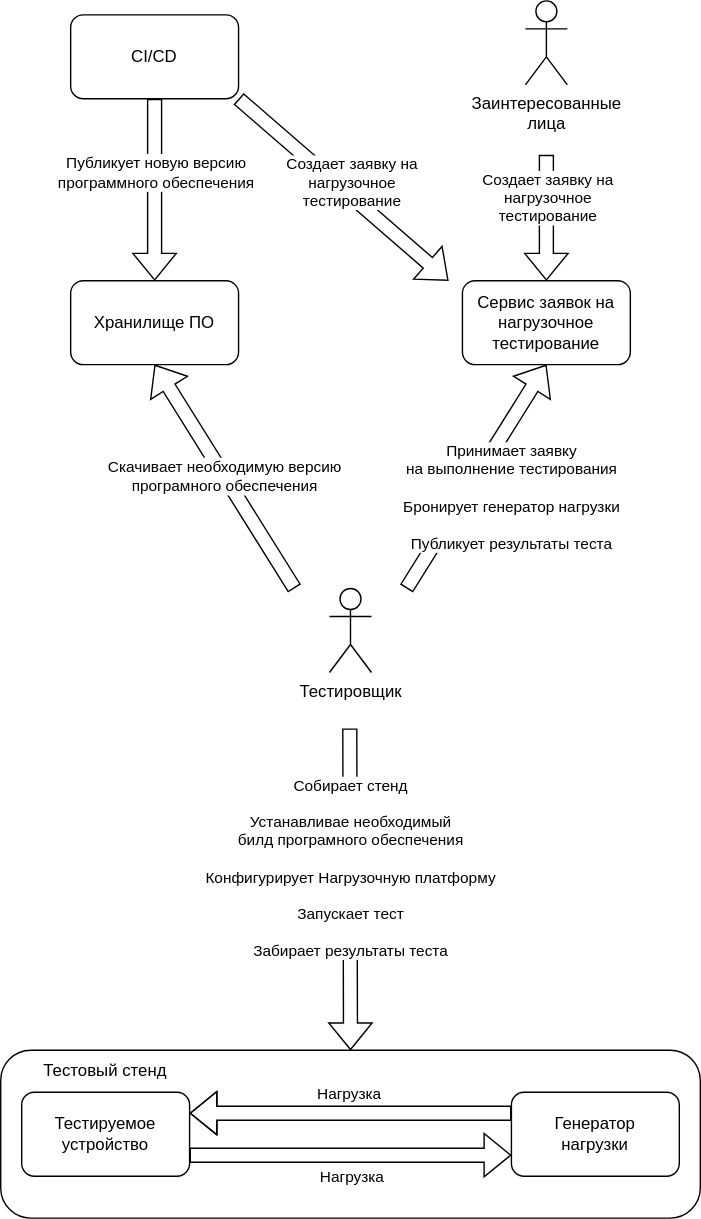
Earlier version of the draw.io export graduate_project/diagrams/business_description.svg (ralex29/otus_software_architect_2022_09). Source tidied: cells renumbered, new cells last; positions are measured from the earlier drawing's top-left corner, leaving out a move shared by most shapes.
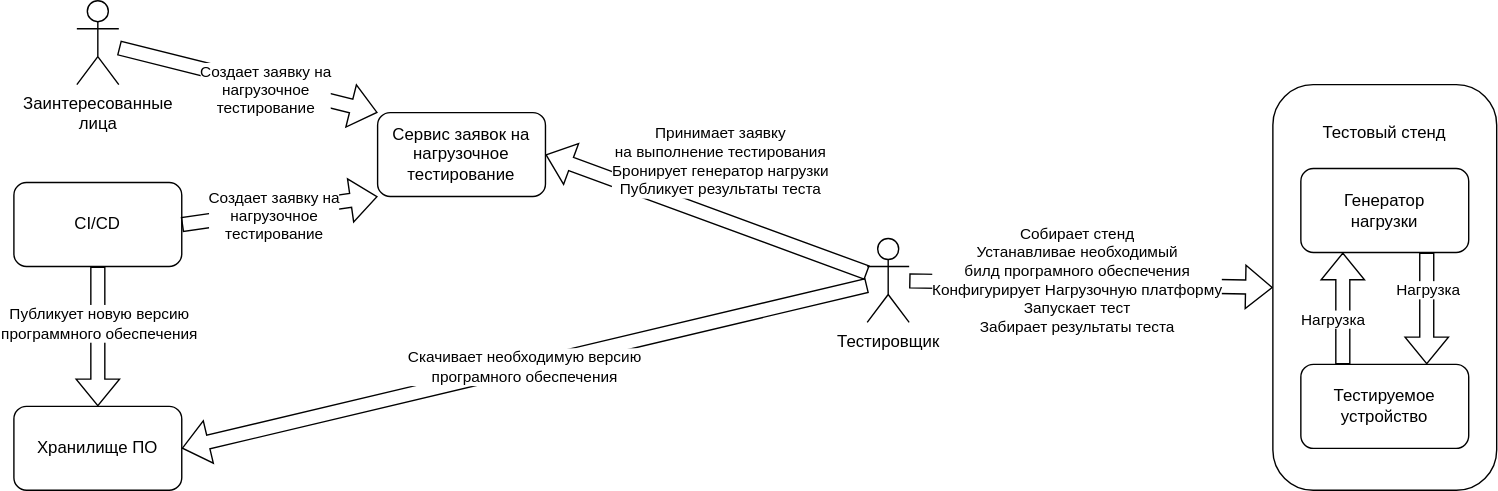
After the commit.

What changed in the source:
```diff
@@ -3,16 +3,16 @@
     <mxCell id="0" />
     <mxCell id="1" parent="0" />
     <mxCell id="2" value="Сервис заявок на нагрузочное тестирование" style="rounded=1;whiteSpace=wrap;html=1;" parent="1" vertex="1">
-      <mxGeometry x="330" y="200" width="120" height="60" as="geometry" />
+      <mxGeometry x="150" y="370" width="120" height="60" as="geometry" />
     </mxCell>
     <mxCell id="3" value="Тестировщик" style="shape=umlActor;verticalLabelPosition=bottom;verticalAlign=top;html=1;outlineConnect=0;" parent="1" vertex="1">
-      <mxGeometry x="235" y="420" width="30" height="60" as="geometry" />
+      <mxGeometry x="500" y="460" width="30" height="60" as="geometry" />
     </mxCell>
     <mxCell id="4" value="Заинтересованные &lt;br&gt;лица" style="shape=umlActor;verticalLabelPosition=bottom;verticalAlign=top;html=1;outlineConnect=0;" parent="1" vertex="1">
-      <mxGeometry x="375" width="30" height="60" as="geometry" />
+      <mxGeometry x="-65" y="290" width="30" height="60" as="geometry" />
     </mxCell>
     <mxCell id="5" value="Хранилище ПО" style="rounded=1;whiteSpace=wrap;html=1;" parent="1" vertex="1">
-      <mxGeometry x="50" y="200" width="120" height="60" as="geometry" />
+      <mxGeometry x="-110" y="580" width="120" height="60" as="geometry" />
     </mxCell>
     <mxCell id="6" style="shape=flexArrow;endArrow=classic;html=1;rounded=0;entryX=0.5;entryY=0;entryDx=0;entryDy=0;exitX=0.5;exitY=1;exitDx=0;exitDy=0;" parent="1" edge="1" source="23" target="5">
       <mxGeometry relative="1" as="geometry" />
@@ -20,47 +20,55 @@
     <mxCell id="7" value="Публикует новую версию&lt;br&gt;программного обеспечения" style="edgeLabel;html=1;align=center;verticalAlign=middle;" parent="6" vertex="1">
       <mxGeometry x="-0.2" relative="1" as="geometry" />
     </mxCell>
-    <mxCell id="8" style="shape=flexArrow;endArrow=classic;html=1;rounded=0;entryX=0.5;entryY=0;entryDx=0;entryDy=0;" parent="1" edge="1" target="2">
-      <mxGeometry relative="1" as="geometry">
-        <mxPoint x="390" y="110" as="sourcePoint" />
-      </mxGeometry>
+    <mxCell id="8" style="shape=flexArrow;endArrow=classic;html=1;rounded=0;entryX=0;entryY=0;entryDx=0;entryDy=0;" parent="1" edge="1" source="4" target="2">
+      <mxGeometry relative="1" as="geometry" />
     </mxCell>
     <mxCell id="9" value="Создает заявку на &lt;br&gt;нагрузочное &lt;br&gt;тестирование" style="edgeLabel;html=1;align=center;verticalAlign=middle;" parent="8" vertex="1">
       <mxGeometry x="-0.38" y="3" relative="1" as="geometry">
-        <mxPoint x="-3" y="2" as="offset" />
+        <mxPoint x="47" y="18" as="offset" />
       </mxGeometry>
     </mxCell>
-    <mxCell id="10" style="shape=flexArrow;endArrow=classic;html=1;rounded=0;entryX=0.5;entryY=1;entryDx=0;entryDy=0;strokeColor=default;" parent="1" edge="1" target="2">
-      <mxGeometry relative="1" as="geometry">
-        <mxPoint x="290" y="420" as="sourcePoint" />
-      </mxGeometry>
+    <mxCell id="10" style="shape=flexArrow;endArrow=classic;html=1;rounded=0;entryX=1;entryY=0.5;entryDx=0;entryDy=0;strokeColor=default;" parent="1" edge="1" source="3" target="2">
+      <mxGeometry relative="1" as="geometry" />
     </mxCell>
-    <mxCell id="11" value="Принимает заявку &lt;br&gt;на выполнение тестирования&lt;br&gt;&lt;br&gt;Бронирует генератор нагрузки&lt;br&gt;&lt;br&gt;Публикует результаты теста" style="edgeLabel;html=1;align=center;verticalAlign=middle;" parent="10" vertex="1">
+    <mxCell id="11" value="Принимает заявку &lt;br&gt;на выполнение тестирования&lt;br&gt;Бронирует генератор нагрузки&lt;br&gt;Публикует результаты теста" style="edgeLabel;html=1;align=center;verticalAlign=middle;" parent="10" vertex="1">
       <mxGeometry x="-0.26" y="-2" relative="1" as="geometry">
-        <mxPoint x="36" y="-7" as="offset" />
+        <mxPoint x="-21" y="-47" as="offset" />
       </mxGeometry>
     </mxCell>
-    <mxCell id="12" value="Собирает стенд&lt;br&gt;&lt;br&gt;Устанавливае необходимый &lt;br&gt;билд програмного обеспечения&lt;br&gt;&lt;br&gt;Конфигурирует Нагрузочную платформу&lt;br&gt;&lt;br&gt;Запускает тест&lt;br&gt;&lt;br&gt;Забирает результаты теста" style="shape=flexArrow;endArrow=classic;html=1;rounded=0;strokeColor=default;elbow=vertical;entryX=0.5;entryY=0;entryDx=0;entryDy=0;" parent="1" edge="1" target="14">
-      <mxGeometry x="-0.13" relative="1" as="geometry">
-        <mxPoint x="249.5" y="520" as="sourcePoint" />
-      </mxGeometry>
+    <mxCell id="12" value="Собирает стенд&lt;br&gt;Устанавливае необходимый &lt;br&gt;билд програмного обеспечения&lt;br&gt;Конфигурирует Нагрузочную платформу&lt;br&gt;Запускает тест&lt;br&gt;Забирает результаты теста" style="shape=flexArrow;endArrow=classic;html=1;rounded=0;strokeColor=default;elbow=vertical;entryX=0;entryY=0.5;entryDx=0;entryDy=0;" parent="1" edge="1" source="3" target="14">
+      <mxGeometry x="-0.08" y="2" relative="1" as="geometry" />
     </mxCell>
-    <mxCell id="13" style="group;" parent="1" vertex="1">
-      <mxGeometry y="750" width="500" height="120" as="geometry" />
-    </mxCell>
+    <mxCell id="22" value="Скачивает необходимую версию &lt;br&gt;програмного обеспечения" style="shape=flexArrow;endArrow=classic;html=1;rounded=0;strokeColor=default;elbow=vertical;entryX=1;entryY=0.5;entryDx=0;entryDy=0;" parent="1" edge="1" source="3" target="5">
+      <mxGeometry relative="1" as="geometry" />
+    </mxCell>
+    <mxCell id="23" value="CI/CD" style="rounded=1;whiteSpace=wrap;html=1;" parent="1" vertex="1">
+      <mxGeometry x="-110" y="420" width="120" height="60" as="geometry" />
+    </mxCell>
+    <mxCell id="24" style="shape=flexArrow;endArrow=classic;html=1;rounded=0;exitX=1;exitY=0.5;exitDx=0;exitDy=0;entryX=0;entryY=1;entryDx=0;entryDy=0;" parent="1" edge="1" source="23" target="2">
+      <mxGeometry relative="1" as="geometry" />
+    </mxCell>
+    <mxCell id="25" value="Создает заявку на &lt;br&gt;нагрузочное &lt;br&gt;тестирование" style="edgeLabel;html=1;align=center;verticalAlign=middle;" parent="24" vertex="1">
+      <mxGeometry x="-0.38" y="3" relative="1" as="geometry">
+        <mxPoint x="22" y="3" as="offset" />
+      </mxGeometry>
+    </mxCell>
+    <mxCell id="26" style="group;" parent="1" vertex="1">
+      <mxGeometry x="790" y="350" width="160" height="290" as="geometry" />
+    </mxCell>
-    <mxCell id="14" style="rounded=1;whiteSpace=wrap;html=1;arcSize=18;align=left;" parent="13" vertex="1">
-      <mxGeometry width="500" height="120" as="geometry" />
+    <mxCell id="14" style="rounded=1;whiteSpace=wrap;html=1;arcSize=18;align=left;" parent="26" vertex="1">
+      <mxGeometry width="160" height="290" as="geometry" />
     </mxCell>
-    <mxCell id="15" value="Тестируемое устройство" style="rounded=1;whiteSpace=wrap;html=1;" parent="13" vertex="1">
-      <mxGeometry x="15" y="30" width="120" height="60" as="geometry" />
+    <mxCell id="15" value="Тестируемое устройство" style="rounded=1;whiteSpace=wrap;html=1;" parent="26" vertex="1">
+      <mxGeometry x="20" y="200" width="120" height="60" as="geometry" />
     </mxCell>
-    <mxCell id="16" value="Генератор &lt;br&gt;нагрузки" style="rounded=1;whiteSpace=wrap;html=1;" parent="13" vertex="1">
-      <mxGeometry x="365" y="30" width="120" height="60" as="geometry" />
+    <mxCell id="16" value="Генератор &lt;br&gt;нагрузки" style="rounded=1;whiteSpace=wrap;html=1;" parent="26" vertex="1">
+      <mxGeometry x="20" y="60" width="120" height="60" as="geometry" />
     </mxCell>
-    <mxCell id="17" value="Тестовый стенд" style="text;html=1;strokeColor=none;fillColor=none;align=center;verticalAlign=middle;whiteSpace=wrap;rounded=0;" parent="13" vertex="1">
-      <mxGeometry x="25" width="100" height="30" as="geometry" />
+    <mxCell id="17" value="Тестовый стенд" style="text;html=1;strokeColor=none;fillColor=none;align=center;verticalAlign=middle;whiteSpace=wrap;rounded=0;" parent="26" vertex="1">
+      <mxGeometry x="30" y="20" width="100" height="30" as="geometry" />
     </mxCell>
-    <mxCell id="18" style="endArrow=classic;html=1;rounded=0;strokeColor=default;entryX=1;entryY=0.25;entryDx=0;entryDy=0;exitX=0;exitY=0.25;exitDx=0;exitDy=0;edgeStyle=entityRelationEdgeStyle;shape=flexArrow;elbow=vertical;" parent="13" edge="1" source="16" target="15">
+    <mxCell id="18" style="endArrow=classic;html=1;rounded=0;strokeColor=default;entryX=0.75;entryY=0;entryDx=0;entryDy=0;exitX=0.75;exitY=1;exitDx=0;exitDy=0;shape=flexArrow;elbow=vertical;" parent="26" edge="1" source="16" target="15">
       <mxGeometry relative="1" as="geometry" />
     </mxCell>
     <mxCell id="19" value="Нагрузка" style="edgeLabel;html=1;align=center;verticalAlign=middle;" parent="18" vertex="1">
@@ -68,7 +76,7 @@
         <mxPoint y="-15" as="offset" />
       </mxGeometry>
     </mxCell>
-    <mxCell id="20" style="shape=flexArrow;endArrow=classic;html=1;rounded=0;strokeColor=default;elbow=vertical;entryX=0;entryY=0.75;entryDx=0;entryDy=0;exitX=1;exitY=0.75;exitDx=0;exitDy=0;" parent="13" edge="1" source="15" target="16">
+    <mxCell id="20" style="shape=flexArrow;endArrow=classic;html=1;rounded=0;strokeColor=default;elbow=vertical;entryX=0.25;entryY=1;entryDx=0;entryDy=0;exitX=0.25;exitY=0;exitDx=0;exitDy=0;" parent="26" edge="1" source="15" target="16">
       <mxGeometry relative="1" as="geometry" />
     </mxCell>
     <mxCell id="21" value="Нагрузка" style="edgeLabel;html=1;align=center;verticalAlign=middle;" parent="20" vertex="1">
@@ -76,23 +84,5 @@
         <mxPoint x="-12" y="11" as="offset" />
       </mxGeometry>
     </mxCell>
-    <mxCell id="22" value="Скачивает необходимую версию &lt;br&gt;програмного обеспечения" style="shape=flexArrow;endArrow=classic;html=1;rounded=0;strokeColor=default;elbow=vertical;entryX=0.5;entryY=1;entryDx=0;entryDy=0;" parent="1" edge="1" target="5">
-      <mxGeometry relative="1" as="geometry">
-        <mxPoint x="210" y="420" as="sourcePoint" />
-      </mxGeometry>
-    </mxCell>
-    <mxCell id="23" value="CI/CD" style="rounded=1;whiteSpace=wrap;html=1;" parent="1" vertex="1">
-      <mxGeometry x="50" y="10" width="120" height="60" as="geometry" />
-    </mxCell>
-    <mxCell id="24" style="shape=flexArrow;endArrow=classic;html=1;rounded=0;exitX=1;exitY=1;exitDx=0;exitDy=0;" parent="1" edge="1" source="23">
-      <mxGeometry relative="1" as="geometry">
-        <mxPoint x="320" y="200" as="targetPoint" />
-      </mxGeometry>
-    </mxCell>
-    <mxCell id="25" value="Создает заявку на &lt;br&gt;нагрузочное &lt;br&gt;тестирование" style="edgeLabel;html=1;align=center;verticalAlign=middle;" parent="24" vertex="1">
-      <mxGeometry x="-0.38" y="3" relative="1" as="geometry">
-        <mxPoint x="32" y="22" as="offset" />
-      </mxGeometry>
-    </mxCell>
   </root>
 </mxGraphModel>
```
